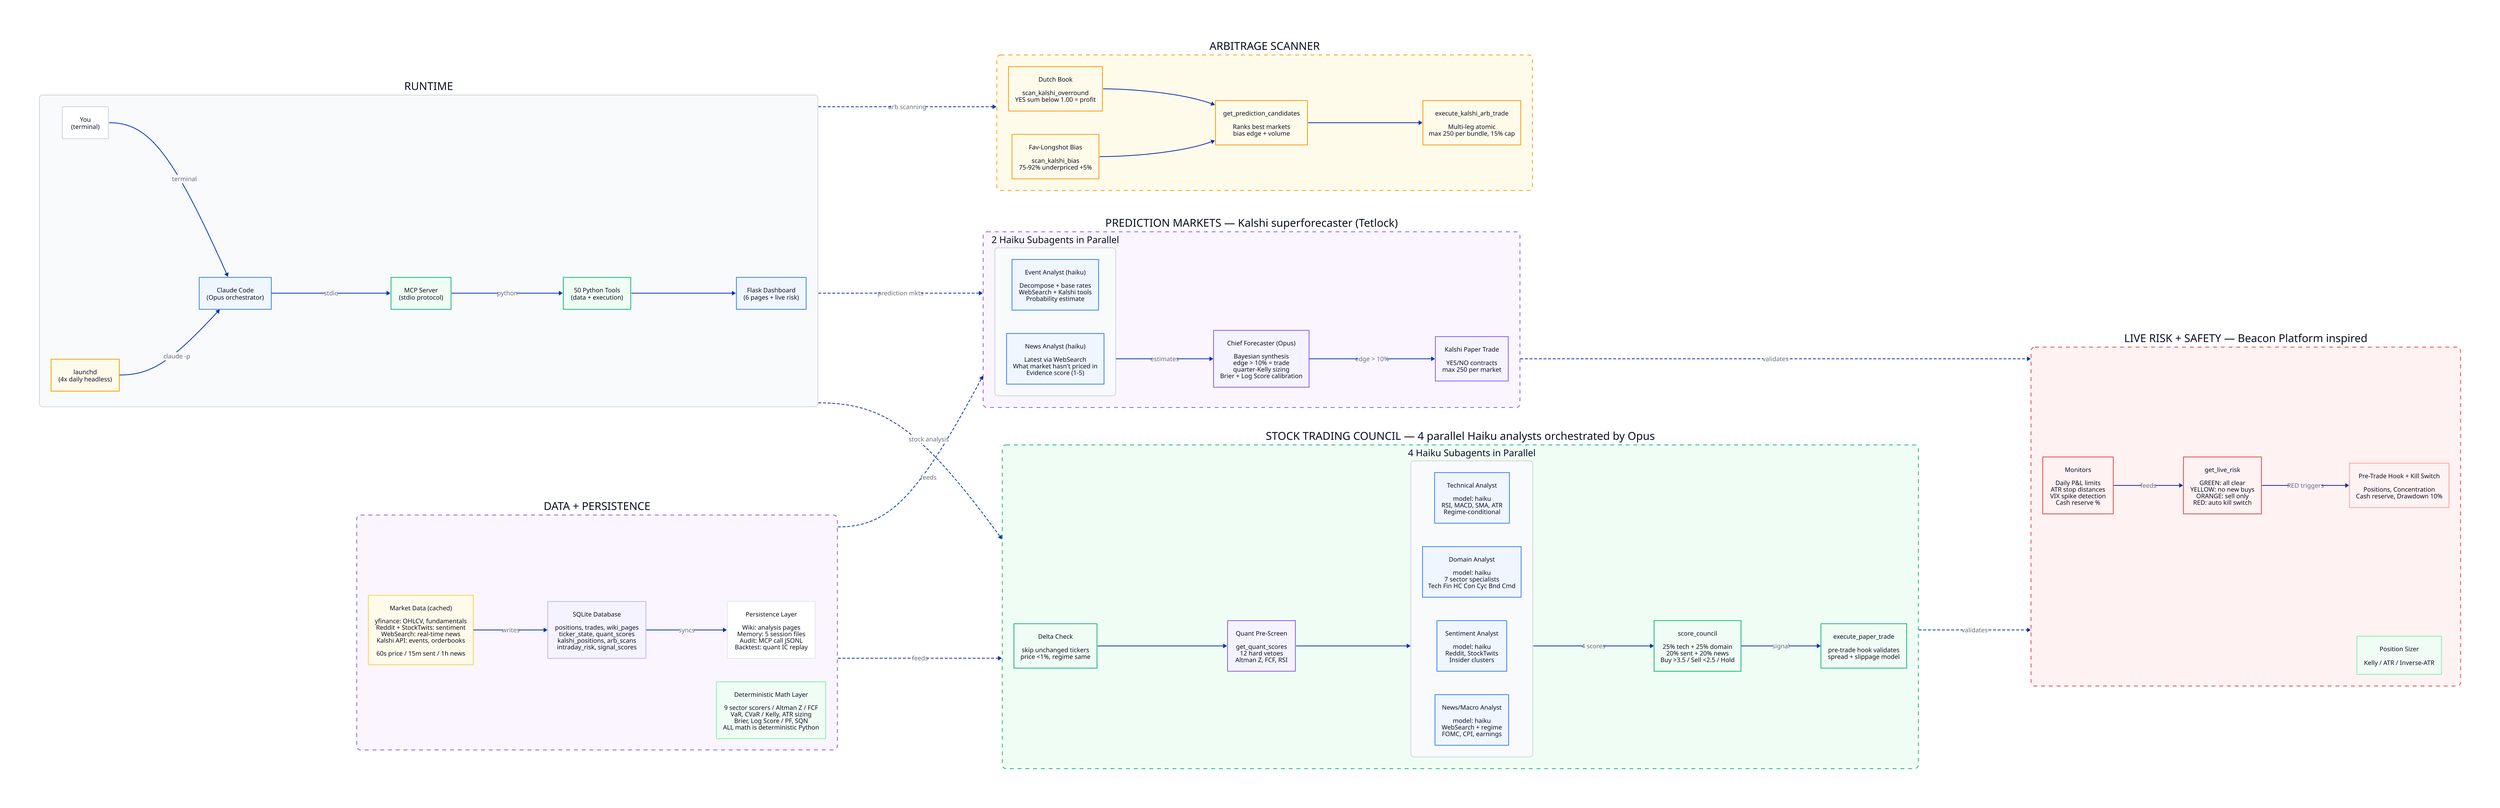
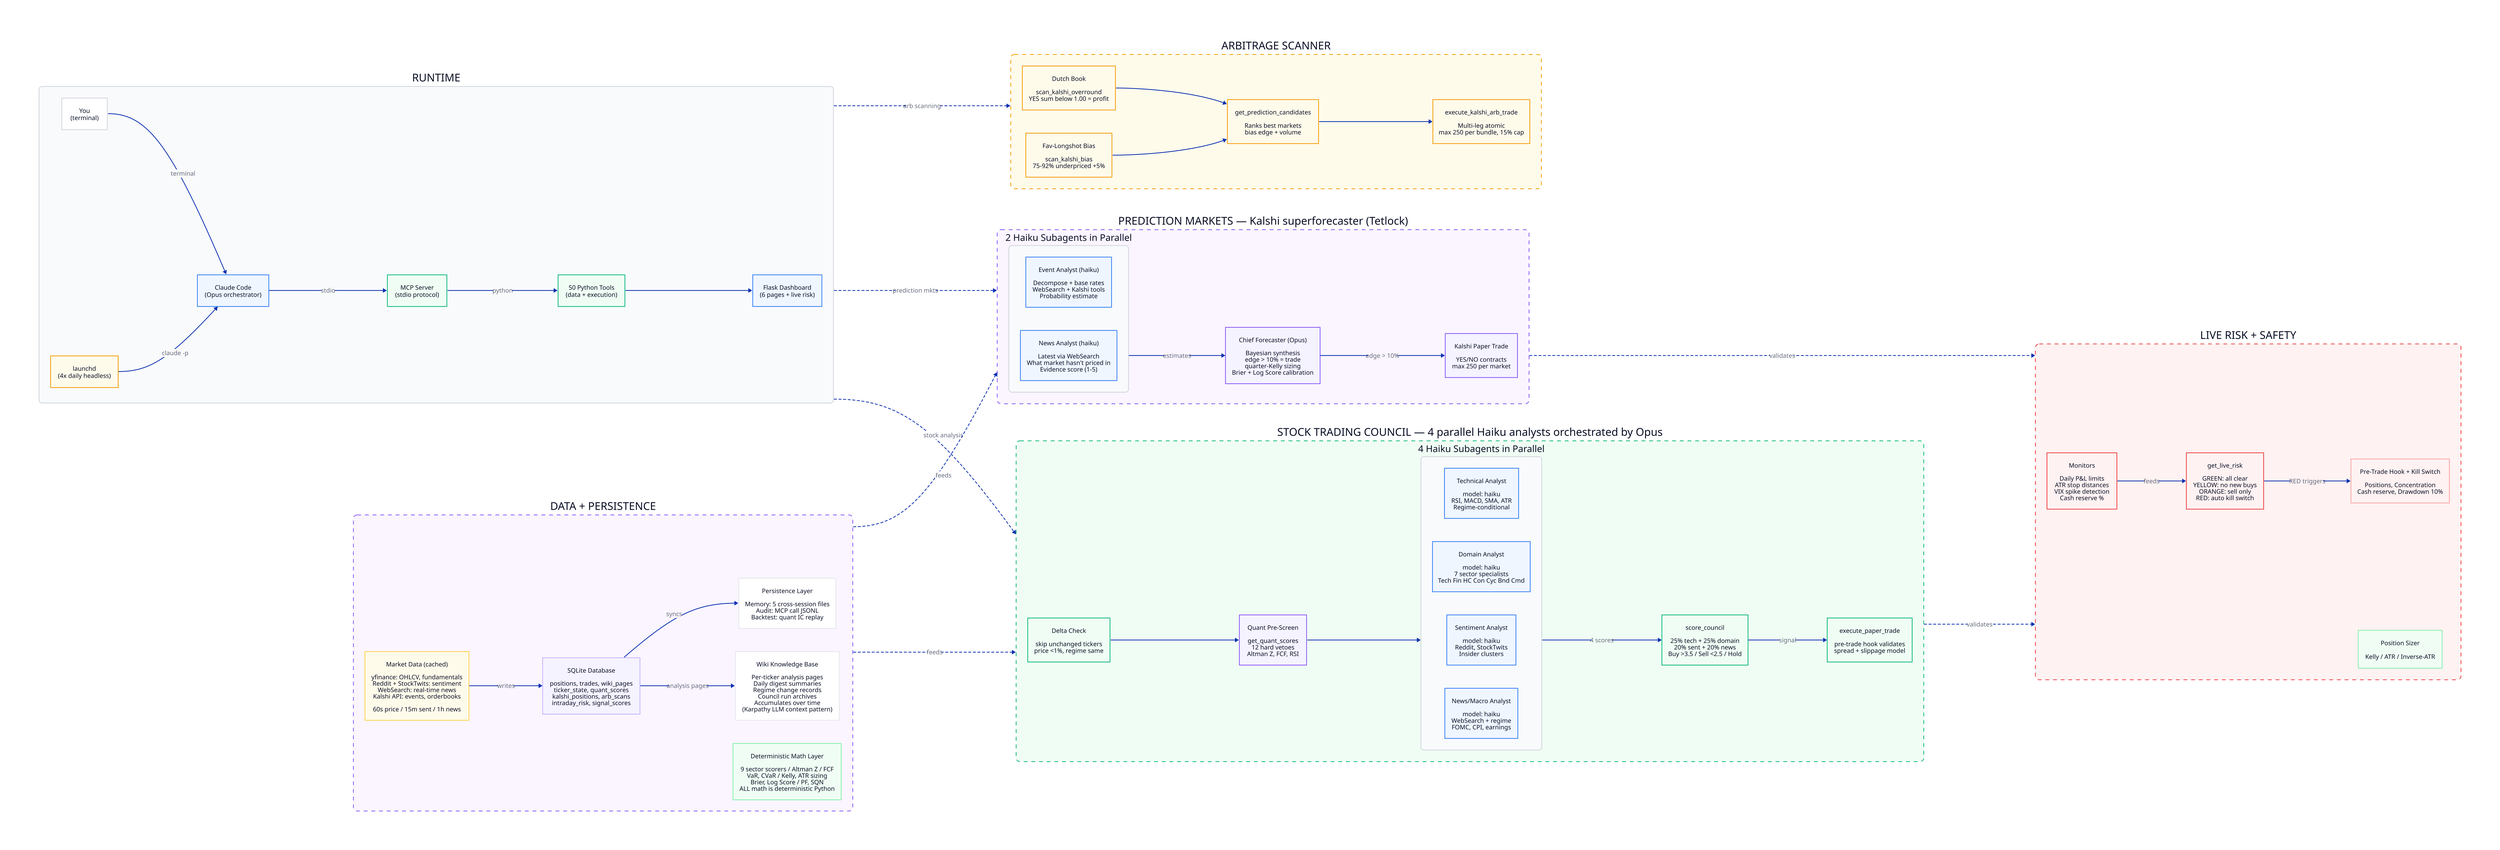
direction: right

# ══════════════════════════════════════════════════════════════
# RUNTIME
# ══════════════════════════════════════════════════════════════

runtime: RUNTIME {
  style.fill: "#f9fafb"
  style.stroke: "#d1d5db"
  style.border-radius: 8

  you: You\n(terminal) {
    style.fill: "#fff"
    style.stroke: "#d1d5db"
  }
  claude: Claude Code\n(Opus orchestrator) {
    style.fill: "#eff6ff"
    style.stroke: "#3b82f6"
  }
  mcp: MCP Server\n(stdio protocol) {
    style.fill: "#f0fdf4"
    style.stroke: "#10b981"
  }
  tools: 50 Python Tools\n(data + execution) {
    style.fill: "#f0fdf4"
    style.stroke: "#10b981"
  }
  dashboard: Flask Dashboard\n(6 pages + live risk) {
    style.fill: "#eff6ff"
    style.stroke: "#3b82f6"
  }
  launchd: launchd\n(4x daily headless) {
    style.fill: "#fffbeb"
    style.stroke: "#f59e0b"
  }

  you -> claude: terminal
  claude -> mcp: stdio
  mcp -> tools: python
  tools -> dashboard
  launchd -> claude: claude -p
}

# ══════════════════════════════════════════════════════════════
# STOCK TRADING COUNCIL
# ══════════════════════════════════════════════════════════════

council: STOCK TRADING COUNCIL — 4 parallel Haiku analysts orchestrated by Opus {
  style.fill: "#f0fdf4"
  style.stroke: "#10b981"
  style.stroke-dash: 5
  style.border-radius: 10

  delta: Delta Check\n\nskip unchanged tickers\nprice <1%, regime same {
    style.fill: "#f0fdf4"
    style.stroke: "#10b981"
  }

  quant: Quant Pre-Screen\n\nget_quant_scores\n12 hard vetoes\nAltman Z, FCF, RSI {
    style.fill: "#f5f3ff"
    style.stroke: "#8b5cf6"
  }

  analysts: 4 Haiku Subagents in Parallel {
    style.fill: "#f8fafc"
    style.stroke: "#d1d5db"
    style.border-radius: 8

    tech: Technical Analyst\n\nmodel: haiku\nRSI, MACD, SMA, ATR\nRegime-conditional {
      style.fill: "#eff6ff"
      style.stroke: "#3b82f6"
    }
    domain: Domain Analyst\n\nmodel: haiku\n7 sector specialists\nTech Fin HC Con Cyc Bnd Cmd {
      style.fill: "#eff6ff"
      style.stroke: "#3b82f6"
    }
    sentiment: Sentiment Analyst\n\nmodel: haiku\nReddit, StockTwits\nInsider clusters {
      style.fill: "#eff6ff"
      style.stroke: "#3b82f6"
    }
    news: News/Macro Analyst\n\nmodel: haiku\nWebSearch + regime\nFOMC, CPI, earnings {
      style.fill: "#eff6ff"
      style.stroke: "#3b82f6"
    }
  }

  score: score_council\n\n25% tech + 25% domain\n20% sent + 20% news\nBuy >3.5 / Sell <2.5 / Hold {
    style.fill: "#f0fdf4"
    style.stroke: "#10b981"
  }

  execute: execute_paper_trade\n\npre-trade hook validates\nspread + slippage model {
    style.fill: "#f0fdf4"
    style.stroke: "#10b981"
  }

  delta -> quant
  quant -> analysts
  analysts -> score: 4 scores
  score -> execute: signal
}

# ══════════════════════════════════════════════════════════════
# PREDICTION MARKETS
# ══════════════════════════════════════════════════════════════

predictions: PREDICTION MARKETS — Kalshi superforecaster (Tetlock) {
  style.fill: "#faf5ff"
  style.stroke: "#8b5cf6"
  style.stroke-dash: 5
  style.border-radius: 10

  pred_analysts: 2 Haiku Subagents in Parallel {
    style.fill: "#f8fafc"
    style.stroke: "#d1d5db"
    style.border-radius: 8

    event: Event Analyst (haiku)\n\nDecompose + base rates\nWebSearch + Kalshi tools\nProbability estimate {
      style.fill: "#eff6ff"
      style.stroke: "#3b82f6"
    }
    news_pred: News Analyst (haiku)\n\nLatest via WebSearch\nWhat market hasn't priced in\nEvidence score (1-5) {
      style.fill: "#eff6ff"
      style.stroke: "#3b82f6"
    }
  }

  forecaster: Chief Forecaster (Opus)\n\nBayesian synthesis\nedge > 10% = trade\nquarter-Kelly sizing\nBrier + Log Score calibration {
    style.fill: "#f5f3ff"
    style.stroke: "#8b5cf6"
  }

  kalshi_trade: Kalshi Paper Trade\n\nYES/NO contracts\nmax 250 per market {
    style.fill: "#f5f3ff"
    style.stroke: "#8b5cf6"
  }

  pred_analysts -> forecaster: estimates
  forecaster -> kalshi_trade: edge > 10%
}

# ══════════════════════════════════════════════════════════════
# ARBITRAGE SCANNER
# ══════════════════════════════════════════════════════════════

arb: ARBITRAGE SCANNER {
  style.fill: "#fffbeb"
  style.stroke: "#f59e0b"
  style.stroke-dash: 5
  style.border-radius: 10

  dutch: Dutch Book\n\nscan_kalshi_overround\nYES sum below 1.00 = profit {
    style.fill: "#fffbeb"
    style.stroke: "#f59e0b"
  }
  bias: Fav-Longshot Bias\n\nscan_kalshi_bias\n75-92% underpriced +5% {
    style.fill: "#fffbeb"
    style.stroke: "#f59e0b"
  }
  candidates: get_prediction_candidates\n\nRanks best markets\nbias edge + volume {
    style.fill: "#fffbeb"
    style.stroke: "#f59e0b"
  }
  arb_exec: execute_kalshi_arb_trade\n\nMulti-leg atomic\nmax 250 per bundle, 15% cap {
    style.fill: "#fffbeb"
    style.stroke: "#f59e0b"
  }

  dutch -> candidates
  bias -> candidates
  candidates -> arb_exec
}

# ══════════════════════════════════════════════════════════════
# LIVE RISK + SAFETY
# ══════════════════════════════════════════════════════════════

- risk: LIVE RISK + SAFETY — Beacon Platform inspired {
+ risk: LIVE RISK + SAFETY {
  style.fill: "#fef2f2"
  style.stroke: "#ef4444"
  style.stroke-dash: 5
  style.border-radius: 10

  live: get_live_risk\n\nGREEN: all clear\nYELLOW: no new buys\nORANGE: sell only\nRED: auto kill switch {
    style.fill: "#fef2f2"
    style.stroke: "#ef4444"
  }

  monitors: Monitors\n\nDaily P&L limits\nATR stop distances\nVIX spike detection\nCash reserve % {
    style.fill: "#fef2f2"
    style.stroke: "#ef4444"
  }

  hook: Pre-Trade Hook + Kill Switch\n\nPositions, Concentration\nCash reserve, Drawdown 10% {
    style.fill: "#fef2f2"
    style.stroke: "#fca5a5"
  }

  sizer: Position Sizer\n\nKelly / ATR / Inverse-ATR {
    style.fill: "#f0fdf4"
    style.stroke: "#86efac"
  }

  monitors -> live: feeds
  live -> hook: RED triggers
}

# ══════════════════════════════════════════════════════════════
# DATA + PERSISTENCE
# ══════════════════════════════════════════════════════════════

data: DATA + PERSISTENCE {
  style.fill: "#faf5ff"
  style.stroke: "#8b5cf6"
  style.stroke-dash: 5
  style.border-radius: 10

  market: Market Data (cached)\n\nyfinance: OHLCV, fundamentals\nReddit + StockTwits: sentiment\nWebSearch: real-time news\nKalshi API: events, orderbooks\n\n60s price / 15m sent / 1h news {
    style.fill: "#fffbeb"
    style.stroke: "#fcd34d"
  }

  db: SQLite Database\n\npositions, trades, wiki_pages\nticker_state, quant_scores\nkalshi_positions, arb_scans\nintraday_risk, signal_scores {
    style.fill: "#f5f3ff"
    style.stroke: "#c4b5fd"
  }

-   persist: Persistence Layer\n\nWiki: analysis pages\nMemory: 5 session files\nAudit: MCP call JSONL\nBacktest: quant IC replay {
+   wiki: Wiki Knowledge Base\n\nPer-ticker analysis pages\nDaily digest summaries\nRegime change records\nCouncil run archives\nAccumulates over time\n(Karpathy LLM context pattern) {
    style.fill: "#fff"
    style.stroke: "#e5e7eb"
  }

+   persist: Persistence Layer\n\nMemory: 5 cross-session files\nAudit: MCP call JSONL\nBacktest: quant IC replay {
+     style.fill: "#fff"
+     style.stroke: "#e5e7eb"
+   }
+ 
  math: Deterministic Math Layer\n\n9 sector scorers / Altman Z / FCF\nVaR, CVaR / Kelly, ATR sizing\nBrier, Log Score / PF, SQN\nALL math is deterministic Python {
    style.fill: "#f0fdf4"
    style.stroke: "#86efac"
  }

  market -> db: writes
+   db -> wiki: analysis pages
  db -> persist: syncs
}

# ══════════════════════════════════════════════════════════════
# CONNECTIONS BETWEEN SECTIONS (simplified)
# ══════════════════════════════════════════════════════════════

runtime -> council: stock analysis {style.stroke-dash: 3}
runtime -> predictions: prediction mkts {style.stroke-dash: 3}
runtime -> arb: arb scanning {style.stroke-dash: 3}
council -> risk: validates {style.stroke-dash: 3}
predictions -> risk: validates {style.stroke-dash: 3}
data -> council: feeds {style.stroke-dash: 3}
data -> predictions: feeds {style.stroke-dash: 3}
